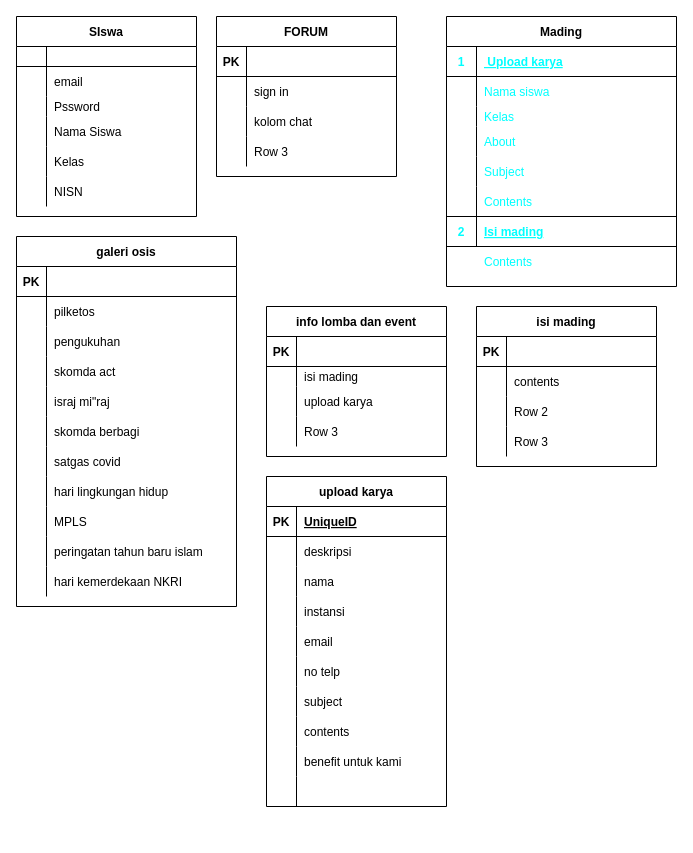
alzenacheiryl/project-website-osis keeps this draw.io diagram as Untitled Diagram.drawio. Above is the earlier version. Source tidied: cells renumbered, new cells numbered last; positions are measured from the earlier drawing's top-left corner, leaving out a move shared by most shapes. Both pictures are drawn from the tidied source at 100%, with x=0, y=0 at pixel (16, 16).
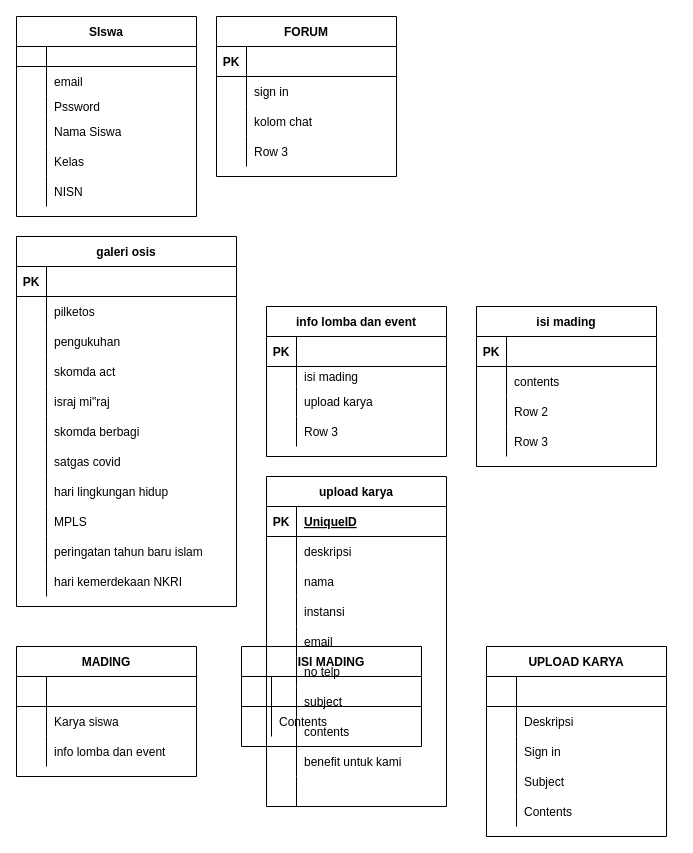
After the change.

Commit message:
add table mading + isi mading + upload karya

The edit, as a diff of the source:
```diff
@@
-    <mxCell id="21" value="Mading" style="shape=table;startSize=30;childLayout=tableLayout;rowLines=0;fontStyle=1;align=center;" parent="1" vertex="1">
-      <mxGeometry x="430" width="230" height="270" as="geometry" />
-    </mxCell>
-    <mxCell id="22" style="shape=partialRectangle;fillColor=none;top=0;left=0;bottom=1;right=0;" parent="21" vertex="1">
-      <mxGeometry y="30" width="230" height="30" as="geometry" />
-    </mxCell>
-    <mxCell id="23" value="1" style="shape=partialRectangle;fillColor=none;top=0;left=0;bottom=0;right=0;fontStyle=1;overflow=hidden;fontColor=#00FFFF;" parent="22" vertex="1">
-      <mxGeometry width="30" height="30" as="geometry" />
-    </mxCell>
-    <mxCell id="24" value=" Upload karya" style="shape=partialRectangle;fillColor=none;top=0;left=0;bottom=0;right=0;align=left;spacingLeft=6;fontStyle=5;overflow=hidden;fontColor=#00FFFF;" parent="22" vertex="1">
-      <mxGeometry x="30" width="200" height="30" as="geometry" />
-    </mxCell>
-    <mxCell id="25" style="shape=partialRectangle;fillColor=none;top=0;left=0;bottom=0;right=0;" parent="21" vertex="1">
-      <mxGeometry y="60" width="230" height="30" as="geometry" />
-    </mxCell>
-    <mxCell id="26" style="shape=partialRectangle;fillColor=none;top=0;left=0;bottom=0;right=0;overflow=hidden;" parent="25" vertex="1">
-      <mxGeometry width="30" height="30" as="geometry" />
-    </mxCell>
-    <mxCell id="27" value="Nama siswa" style="shape=partialRectangle;fillColor=none;top=0;left=0;bottom=0;right=0;align=left;spacingLeft=6;overflow=hidden;fontColor=#00FFFF;" parent="25" vertex="1">
-      <mxGeometry x="30" width="200" height="30" as="geometry" />
-    </mxCell>
-    <mxCell id="28" style="shape=partialRectangle;fillColor=none;top=0;left=0;bottom=0;right=0;" parent="21" vertex="1">
-      <mxGeometry y="90" width="230" height="20" as="geometry" />
-    </mxCell>
-    <mxCell id="29" style="shape=partialRectangle;fillColor=none;top=0;left=0;bottom=0;right=0;overflow=hidden;" parent="28" vertex="1">
-      <mxGeometry width="30" height="20" as="geometry" />
-    </mxCell>
-    <mxCell id="30" value="Kelas" style="shape=partialRectangle;fillColor=none;top=0;left=0;bottom=0;right=0;align=left;spacingLeft=6;overflow=hidden;fontColor=#00FFFF;" parent="28" vertex="1">
-      <mxGeometry x="30" width="200" height="20" as="geometry" />
-    </mxCell>
-    <mxCell id="31" style="shape=partialRectangle;fillColor=none;top=0;left=0;bottom=0;right=0;" parent="21" vertex="1">
-      <mxGeometry y="110" width="230" height="30" as="geometry" />
-    </mxCell>
-    <mxCell id="32" style="shape=partialRectangle;fillColor=none;top=0;left=0;bottom=0;right=0;overflow=hidden;" parent="31" vertex="1">
-      <mxGeometry width="30" height="30" as="geometry" />
-    </mxCell>
-    <mxCell id="33" value="About " style="shape=partialRectangle;fillColor=none;top=0;left=0;bottom=0;right=0;align=left;spacingLeft=6;overflow=hidden;fontColor=#00FFFF;" parent="31" vertex="1">
-      <mxGeometry x="30" width="200" height="30" as="geometry" />
-    </mxCell>
-    <mxCell id="34" style="shape=partialRectangle;fillColor=none;top=0;left=0;bottom=0;right=0;" parent="21" vertex="1">
-      <mxGeometry y="140" width="230" height="30" as="geometry" />
-    </mxCell>
-    <mxCell id="35" style="shape=partialRectangle;fillColor=none;top=0;left=0;bottom=0;right=0;overflow=hidden;" parent="34" vertex="1">
-      <mxGeometry width="30" height="30" as="geometry" />
-    </mxCell>
-    <mxCell id="36" value="Subject" style="shape=partialRectangle;fillColor=none;top=0;left=0;bottom=0;right=0;align=left;spacingLeft=6;overflow=hidden;fontColor=#00FFFF;" parent="34" vertex="1">
-      <mxGeometry x="30" width="200" height="30" as="geometry" />
-    </mxCell>
-    <mxCell id="37" style="shape=partialRectangle;fillColor=none;top=0;left=0;bottom=0;right=0;" parent="21" vertex="1">
-      <mxGeometry y="170" width="230" height="30" as="geometry" />
-    </mxCell>
-    <mxCell id="38" style="shape=partialRectangle;fillColor=none;top=0;left=0;bottom=0;right=0;overflow=hidden;" parent="37" vertex="1">
-      <mxGeometry width="30" height="30" as="geometry" />
-    </mxCell>
-    <mxCell id="39" style="shape=partialRectangle;fillColor=none;top=0;left=0;bottom=0;right=0;align=left;spacingLeft=6;overflow=hidden;fontColor=#00FFFF;" parent="37" vertex="1">
-      <mxGeometry x="30" width="200" height="30" as="geometry" />
-    </mxCell>
-    <mxCell id="40" style="shape=partialRectangle;fillColor=none;top=0;left=0;bottom=0;right=0;" parent="21" vertex="1">
-      <mxGeometry y="200" width="230" height="30" as="geometry" />
-    </mxCell>
-    <mxCell id="41" style="shape=partialRectangle;fillColor=none;top=0;left=0;bottom=0;right=0;overflow=hidden;" parent="40" vertex="1">
-      <mxGeometry width="30" height="30" as="geometry" />
-    </mxCell>
-    <mxCell id="42" style="shape=partialRectangle;fillColor=none;top=0;left=0;bottom=0;right=0;align=left;spacingLeft=6;overflow=hidden;fontColor=#00FFFF;" parent="40" vertex="1">
-      <mxGeometry x="30" width="200" height="30" as="geometry" />
-    </mxCell>
@@
-    <mxCell id="77" style="shape=partialRectangle;fillColor=none;top=0;left=0;bottom=1;right=0;" parent="1" vertex="1">
-      <mxGeometry x="430" y="200" width="230" height="30" as="geometry" />
-    </mxCell>
-    <mxCell id="78" value="2" style="shape=partialRectangle;fillColor=none;top=0;left=0;bottom=0;right=0;fontStyle=1;overflow=hidden;fontColor=#00FFFF;" parent="77" vertex="1">
-      <mxGeometry width="30" height="30" as="geometry" />
-    </mxCell>
-    <mxCell id="79" value="Isi mading" style="shape=partialRectangle;fillColor=none;top=0;left=0;bottom=0;right=0;align=left;spacingLeft=6;fontStyle=5;overflow=hidden;fontColor=#00FFFF;" parent="77" vertex="1">
-      <mxGeometry x="30" width="200" height="30" as="geometry" />
-    </mxCell>
@@
-    <mxCell id="93" style="shape=partialRectangle;fillColor=none;top=0;left=0;bottom=1;right=0;whiteSpace=wrap;" parent="1" vertex="1">
-      <mxGeometry x="430" y="170" width="230" height="30" as="geometry" />
-    </mxCell>
-    <mxCell id="94" style="shape=partialRectangle;fillColor=none;top=0;left=0;bottom=0;right=0;fontStyle=1;overflow=hidden;fontColor=#00FFFF;" parent="93" vertex="1">
-      <mxGeometry width="30" height="30" as="geometry" />
-    </mxCell>
-    <mxCell id="95" value="Contents" style="shape=partialRectangle;fillColor=none;top=0;left=0;bottom=0;right=0;align=left;spacingLeft=6;fontStyle=0;overflow=hidden;fontColor=#00FFFF;" parent="93" vertex="1">
-      <mxGeometry x="30" width="200" height="30" as="geometry" />
-    </mxCell>
-    <mxCell id="96" style="shape=partialRectangle;fillColor=none;top=0;left=0;bottom=0;right=0;" parent="1" vertex="1">
-      <mxGeometry x="430" y="230" width="230" height="30" as="geometry" />
-    </mxCell>
-    <mxCell id="97" style="shape=partialRectangle;fillColor=none;top=0;left=0;bottom=0;right=0;overflow=hidden;" parent="96" vertex="1">
-      <mxGeometry width="30" height="30" as="geometry" />
-    </mxCell>
-    <mxCell id="98" value="Contents" style="shape=partialRectangle;fillColor=none;top=0;left=0;bottom=0;right=0;align=left;spacingLeft=6;overflow=hidden;fontColor=#00FFFF;" parent="96" vertex="1">
-      <mxGeometry x="30" width="200" height="30" as="geometry" />
-    </mxCell>
+    <mxCell id="156" value="MADING" style="shape=table;startSize=30;childLayout=tableLayout;rowLines=0;fontStyle=1;align=center;fontColor=#000000;" parent="1" vertex="1">
+      <mxGeometry y="630" width="180" height="130" as="geometry" />
+    </mxCell>
+    <mxCell id="157" style="shape=partialRectangle;fillColor=none;top=0;left=0;bottom=1;right=0;" parent="156" vertex="1">
+      <mxGeometry y="30" width="180" height="30" as="geometry" />
+    </mxCell>
+    <mxCell id="158" style="shape=partialRectangle;fillColor=none;top=0;left=0;bottom=0;right=0;fontStyle=1;overflow=hidden;" parent="157" vertex="1">
+      <mxGeometry width="30" height="30" as="geometry" />
+    </mxCell>
+    <mxCell id="159" style="shape=partialRectangle;fillColor=none;top=0;left=0;bottom=0;right=0;align=left;spacingLeft=6;fontStyle=5;overflow=hidden;" parent="157" vertex="1">
+      <mxGeometry x="30" width="150" height="30" as="geometry" />
+    </mxCell>
+    <mxCell id="160" style="shape=partialRectangle;fillColor=none;top=0;left=0;bottom=0;right=0;" parent="156" vertex="1">
+      <mxGeometry y="60" width="180" height="30" as="geometry" />
+    </mxCell>
+    <mxCell id="161" style="shape=partialRectangle;fillColor=none;top=0;left=0;bottom=0;right=0;overflow=hidden;" parent="160" vertex="1">
+      <mxGeometry width="30" height="30" as="geometry" />
+    </mxCell>
+    <mxCell id="162" value="Karya siswa" style="shape=partialRectangle;fillColor=none;top=0;left=0;bottom=0;right=0;align=left;spacingLeft=6;overflow=hidden;" parent="160" vertex="1">
+      <mxGeometry x="30" width="150" height="30" as="geometry" />
+    </mxCell>
+    <mxCell id="163" style="shape=partialRectangle;fillColor=none;top=0;left=0;bottom=0;right=0;" parent="156" vertex="1">
+      <mxGeometry y="90" width="180" height="30" as="geometry" />
+    </mxCell>
+    <mxCell id="164" style="shape=partialRectangle;fillColor=none;top=0;left=0;bottom=0;right=0;overflow=hidden;" parent="163" vertex="1">
+      <mxGeometry width="30" height="30" as="geometry" />
+    </mxCell>
+    <mxCell id="165" value="info lomba dan event" style="shape=partialRectangle;fillColor=none;top=0;left=0;bottom=0;right=0;align=left;spacingLeft=6;overflow=hidden;" parent="163" vertex="1">
+      <mxGeometry x="30" width="150" height="30" as="geometry" />
+    </mxCell>
+    <mxCell id="166" value="ISI MADING" style="shape=table;startSize=30;childLayout=tableLayout;rowLines=0;fontStyle=1;align=center;fontColor=#000000;" parent="1" vertex="1">
+      <mxGeometry x="225" y="630" width="180" height="100" as="geometry" />
+    </mxCell>
+    <mxCell id="167" style="shape=partialRectangle;fillColor=none;top=0;left=0;bottom=1;right=0;" parent="166" vertex="1">
+      <mxGeometry y="30" width="180" height="30" as="geometry" />
+    </mxCell>
+    <mxCell id="168" style="shape=partialRectangle;fillColor=none;top=0;left=0;bottom=0;right=0;fontStyle=1;overflow=hidden;" parent="167" vertex="1">
+      <mxGeometry width="30" height="30" as="geometry" />
+    </mxCell>
+    <mxCell id="169" style="shape=partialRectangle;fillColor=none;top=0;left=0;bottom=0;right=0;align=left;spacingLeft=6;fontStyle=5;overflow=hidden;" parent="167" vertex="1">
+      <mxGeometry x="30" width="150" height="30" as="geometry" />
+    </mxCell>
+    <mxCell id="170" style="shape=partialRectangle;fillColor=none;top=0;left=0;bottom=0;right=0;" parent="166" vertex="1">
+      <mxGeometry y="60" width="180" height="30" as="geometry" />
+    </mxCell>
+    <mxCell id="171" style="shape=partialRectangle;fillColor=none;top=0;left=0;bottom=0;right=0;overflow=hidden;" parent="170" vertex="1">
+      <mxGeometry width="30" height="30" as="geometry" />
+    </mxCell>
+    <mxCell id="172" value="Contents" style="shape=partialRectangle;fillColor=none;top=0;left=0;bottom=0;right=0;align=left;spacingLeft=6;overflow=hidden;" parent="170" vertex="1">
+      <mxGeometry x="30" width="150" height="30" as="geometry" />
+    </mxCell>
+    <mxCell id="173" value="UPLOAD KARYA" style="shape=table;startSize=30;childLayout=tableLayout;rowLines=0;fontStyle=1;align=center;fontColor=#000000;" parent="1" vertex="1">
+      <mxGeometry x="470" y="630" width="180" height="190" as="geometry" />
+    </mxCell>
+    <mxCell id="174" style="shape=partialRectangle;fillColor=none;top=0;left=0;bottom=1;right=0;" parent="173" vertex="1">
+      <mxGeometry y="30" width="180" height="30" as="geometry" />
+    </mxCell>
+    <mxCell id="175" style="shape=partialRectangle;fillColor=none;top=0;left=0;bottom=0;right=0;fontStyle=1;overflow=hidden;" parent="174" vertex="1">
+      <mxGeometry width="30" height="30" as="geometry" />
+    </mxCell>
+    <mxCell id="176" style="shape=partialRectangle;fillColor=none;top=0;left=0;bottom=0;right=0;align=left;spacingLeft=6;fontStyle=5;overflow=hidden;" parent="174" vertex="1">
+      <mxGeometry x="30" width="150" height="30" as="geometry" />
+    </mxCell>
+    <mxCell id="177" style="shape=partialRectangle;fillColor=none;top=0;left=0;bottom=0;right=0;" parent="173" vertex="1">
+      <mxGeometry y="60" width="180" height="30" as="geometry" />
+    </mxCell>
+    <mxCell id="178" style="shape=partialRectangle;fillColor=none;top=0;left=0;bottom=0;right=0;overflow=hidden;" parent="177" vertex="1">
+      <mxGeometry width="30" height="30" as="geometry" />
+    </mxCell>
+    <mxCell id="179" value="Deskripsi" style="shape=partialRectangle;fillColor=none;top=0;left=0;bottom=0;right=0;align=left;spacingLeft=6;overflow=hidden;" parent="177" vertex="1">
+      <mxGeometry x="30" width="150" height="30" as="geometry" />
+    </mxCell>
+    <mxCell id="180" style="shape=partialRectangle;fillColor=none;top=0;left=0;bottom=0;right=0;" parent="173" vertex="1">
+      <mxGeometry y="90" width="180" height="30" as="geometry" />
+    </mxCell>
+    <mxCell id="181" style="shape=partialRectangle;fillColor=none;top=0;left=0;bottom=0;right=0;overflow=hidden;" parent="180" vertex="1">
+      <mxGeometry width="30" height="30" as="geometry" />
+    </mxCell>
+    <mxCell id="182" value="Sign in" style="shape=partialRectangle;fillColor=none;top=0;left=0;bottom=0;right=0;align=left;spacingLeft=6;overflow=hidden;" parent="180" vertex="1">
+      <mxGeometry x="30" width="150" height="30" as="geometry" />
+    </mxCell>
+    <mxCell id="183" style="shape=partialRectangle;fillColor=none;top=0;left=0;bottom=0;right=0;" parent="173" vertex="1">
+      <mxGeometry y="120" width="180" height="30" as="geometry" />
+    </mxCell>
+    <mxCell id="184" style="shape=partialRectangle;fillColor=none;top=0;left=0;bottom=0;right=0;overflow=hidden;" parent="183" vertex="1">
+      <mxGeometry width="30" height="30" as="geometry" />
+    </mxCell>
+    <mxCell id="36" value="Subject" style="shape=partialRectangle;fillColor=none;top=0;left=0;bottom=0;right=0;align=left;spacingLeft=6;overflow=hidden;" parent="183" vertex="1">
+      <mxGeometry x="30" width="150" height="30" as="geometry" />
+    </mxCell>
+    <mxCell id="185" style="shape=partialRectangle;fillColor=none;top=0;left=0;bottom=0;right=0;" parent="173" vertex="1">
+      <mxGeometry y="150" width="180" height="30" as="geometry" />
+    </mxCell>
+    <mxCell id="186" style="shape=partialRectangle;fillColor=none;top=0;left=0;bottom=0;right=0;overflow=hidden;" parent="185" vertex="1">
+      <mxGeometry width="30" height="30" as="geometry" />
+    </mxCell>
+    <mxCell id="187" value="Contents" style="shape=partialRectangle;fillColor=none;top=0;left=0;bottom=0;right=0;align=left;spacingLeft=6;overflow=hidden;" parent="185" vertex="1">
+      <mxGeometry x="30" width="150" height="30" as="geometry" />
+    </mxCell>
```
